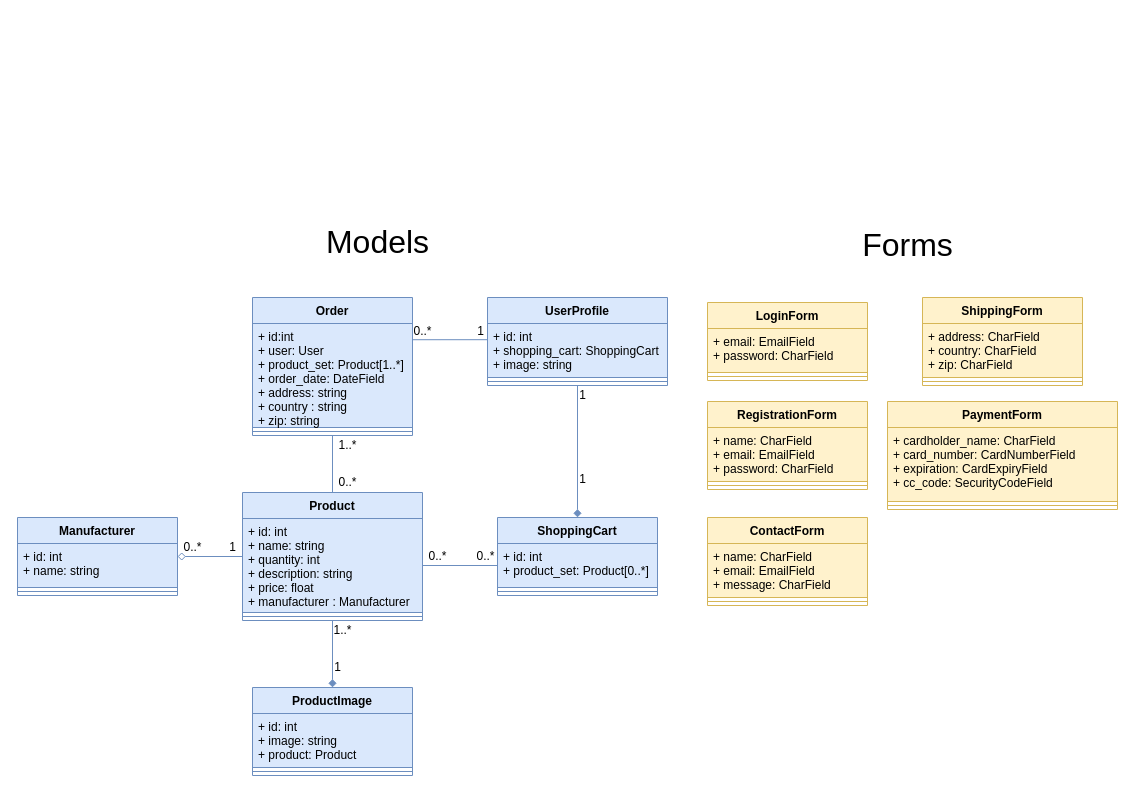
RunarVestmann/verklegtnamskeid2 keeps this draw.io diagram as documentation/diagrams/class_diagram.drawio. Above is the earlier version. Source tidied: cells renumbered, new cells numbered last; positions are measured from the earlier drawing's top-left corner, leaving out a move shared by most shapes. Both pictures are drawn from the tidied source at 100%, with x=0, y=0 at pixel (17, 227).
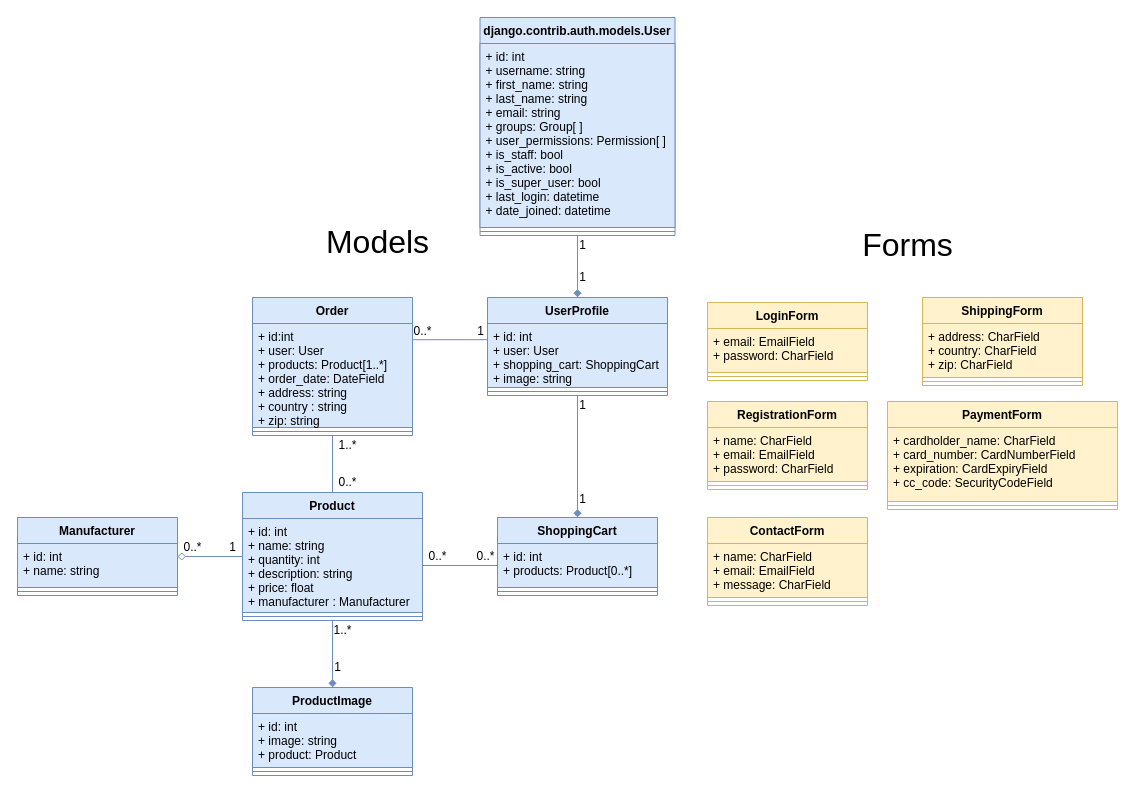
The same page after the edit.

Commit message (it also covers changes not shown here):
Added the django User model

The change refers to these unchanged cells:
```xml
<mxCell id="23" value="Order" style="swimlane;fontStyle=1;align=center;verticalAlign=top;horizontal=1;startSize=26;fillColor=#dae8fc;strokeColor=#6c8ebf;" parent="1" vertex="1">
  <mxGeometry x="235" y="70" width="160" height="138" as="geometry" />
</mxCell>
<mxCell id="32" value="ShoppingCart" style="swimlane;fontStyle=1;align=center;verticalAlign=top;horizontal=1;startSize=26;fillColor=#dae8fc;strokeColor=#6c8ebf;" parent="1" vertex="1">
  <mxGeometry x="480" y="290" width="160" height="78" as="geometry" />
</mxCell>
```

Diff of the diagram source:
```diff
@@
     <mxCell id="6" value="&lt;font style=&quot;font-size: 12px&quot;&gt;1&lt;/font&gt;" style="text;html=1;align=center;verticalAlign=middle;" parent="1" vertex="1">
-      <mxGeometry x="555" y="158" width="20" height="20" as="geometry" />
+      <mxGeometry x="555" y="168" width="20" height="20" as="geometry" />
     </mxCell>
     <mxCell id="7" value="&lt;font style=&quot;font-size: 12px&quot;&gt;1&lt;/font&gt;" style="text;html=1;align=center;verticalAlign=middle;" parent="1" vertex="1">
-      <mxGeometry x="555" y="242" width="20" height="20" as="geometry" />
+      <mxGeometry x="555" y="262" width="20" height="20" as="geometry" />
     </mxCell>
@@
+    <mxCell id="56" style="edgeStyle=orthogonalEdgeStyle;rounded=0;jettySize=auto;html=1;exitX=0.5;exitY=0;exitDx=0;exitDy=0;entryX=0.5;entryY=1;entryDx=0;entryDy=0;endArrow=none;endFill=0;fillColor=#dae8fc;strokeColor=#6c8ebf;startArrow=diamond;startFill=1;" parent="1" edge="1" source="20" target="57">
+      <mxGeometry relative="1" as="geometry" />
+    </mxCell>
     <mxCell id="20" value="UserProfile" style="swimlane;fontStyle=1;align=center;verticalAlign=top;horizontal=1;startSize=26;fillColor=#dae8fc;strokeColor=#6c8ebf;" parent="1" vertex="1">
-      <mxGeometry x="470" y="70" width="180" height="88" as="geometry" />
+      <mxGeometry x="470" y="70" width="180" height="98" as="geometry" />
     </mxCell>
-    <mxCell id="21" value="+ id: int&#10;+ shopping_cart: ShoppingCart&#10;+ image: string&#10;&#10;" style="text;strokeColor=#6c8ebf;fillColor=#dae8fc;align=left;verticalAlign=top;spacingLeft=4;spacingRight=4;overflow=hidden;" parent="20" vertex="1">
-      <mxGeometry y="26" width="180" height="54" as="geometry" />
+    <mxCell id="21" value="+ id: int&#10;+ user: User&#10;+ shopping_cart: ShoppingCart&#10;+ image: string&#10;&#10;" style="text;strokeColor=#6c8ebf;fillColor=#dae8fc;align=left;verticalAlign=top;spacingLeft=4;spacingRight=4;overflow=hidden;" parent="20" vertex="1">
+      <mxGeometry y="26" width="180" height="64" as="geometry" />
     </mxCell>
     <mxCell id="22" style="line;strokeWidth=1;fillColor=#dae8fc;align=left;verticalAlign=middle;spacingTop=-1;spacingLeft=3;spacingRight=3;labelPosition=right;strokeColor=#6c8ebf;" parent="20" vertex="1">
-      <mxGeometry y="80" width="180" height="8" as="geometry" />
+      <mxGeometry y="90" width="180" height="8" as="geometry" />
     </mxCell>
@@
-    <mxCell id="24" value="+ id:int&#10;+ user: User&#10;+ product_set: Product[1..*]&#10;+ order_date: DateField&#10;+ address: string&#10;+ country : string&#10;+ zip: string" style="text;strokeColor=#6c8ebf;fillColor=#dae8fc;align=left;verticalAlign=top;spacingLeft=4;spacingRight=4;overflow=hidden;points=[[0,0.5],[1,0.5]];portConstraint=eastwest;" parent="23" vertex="1">
+    <mxCell id="24" value="+ id:int&#10;+ user: User&#10;+ products: Product[1..*]&#10;+ order_date: DateField&#10;+ address: string&#10;+ country : string&#10;+ zip: string" style="text;strokeColor=#6c8ebf;fillColor=#dae8fc;align=left;verticalAlign=top;spacingLeft=4;spacingRight=4;overflow=hidden;points=[[0,0.5],[1,0.5]];portConstraint=eastwest;" parent="23" vertex="1">
       <mxGeometry y="26" width="160" height="104" as="geometry" />
     </mxCell>
@@
-    <mxCell id="33" value="+ id: int&#10;+ product_set: Product[0..*]" style="text;strokeColor=#6c8ebf;fillColor=#dae8fc;align=left;verticalAlign=top;spacingLeft=4;spacingRight=4;overflow=hidden;" parent="32" vertex="1">
+    <mxCell id="33" value="+ id: int&#10;+ products: Product[0..*]" style="text;strokeColor=#6c8ebf;fillColor=#dae8fc;align=left;verticalAlign=top;spacingLeft=4;spacingRight=4;overflow=hidden;" parent="32" vertex="1">
       <mxGeometry y="26" width="160" height="44" as="geometry" />
     </mxCell>
@@
+    <mxCell id="57" value="django.contrib.auth.models.User" style="swimlane;fontStyle=1;align=center;verticalAlign=top;horizontal=1;startSize=26;fillColor=#dae8fc;strokeColor=#6c8ebf;" parent="1" vertex="1">
+      <mxGeometry x="462.5" y="-210" width="195" height="218" as="geometry" />
+    </mxCell>
+    <mxCell id="58" value="+ id: int&#10;+ username: string&#10;+ first_name: string&#10;+ last_name: string&#10;+ email: string&#10;+ groups: Group[ ]&#10;+ user_permissions: Permission[ ]&#10;+ is_staff: bool&#10;+ is_active: bool&#10;+ is_super_user: bool&#10;+ last_login: datetime&#10;+ date_joined: datetime" style="text;strokeColor=#6c8ebf;fillColor=#dae8fc;align=left;verticalAlign=top;spacingLeft=4;spacingRight=4;overflow=hidden;" parent="57" vertex="1">
+      <mxGeometry y="26" width="195" height="184" as="geometry" />
+    </mxCell>
+    <mxCell id="59" style="line;strokeWidth=1;fillColor=#dae8fc;align=left;verticalAlign=middle;spacingTop=-1;spacingLeft=3;spacingRight=3;labelPosition=right;strokeColor=#6c8ebf;" parent="57" vertex="1">
+      <mxGeometry y="210" width="195" height="8" as="geometry" />
+    </mxCell>
+    <mxCell id="60" value="1" style="text;html=1;align=center;verticalAlign=middle;" parent="1" vertex="1">
+      <mxGeometry x="555" y="40" width="20" height="20" as="geometry" />
+    </mxCell>
+    <mxCell id="61" value="1" style="text;html=1;align=center;verticalAlign=middle;" parent="1" vertex="1">
+      <mxGeometry x="555" y="8" width="20" height="20" as="geometry" />
+    </mxCell>
```
